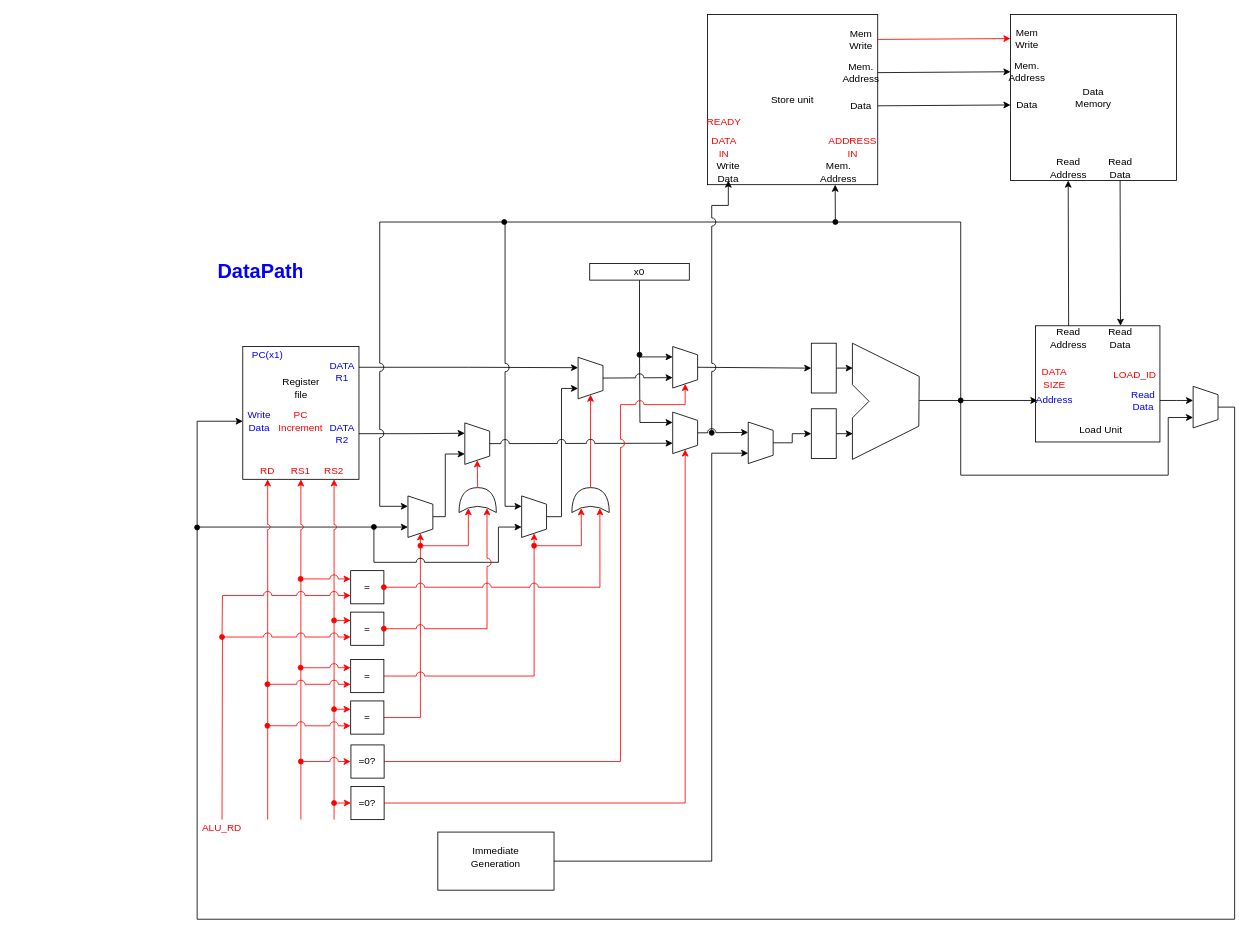
Earlier version of the draw.io diagram page "DataPath" (1 of 2) of Circuit_Drawings/DataPath.drawio (Kaveesha-98/065-538-720-GNC). Source tidied: cells renumbered, new cells numbered last; positions are measured from the earlier drawing's top-left corner, leaving out a move shared by most shapes. Both pictures are drawn from the tidied source at 83%, with x=0, y=0 at pixel (197, 14).
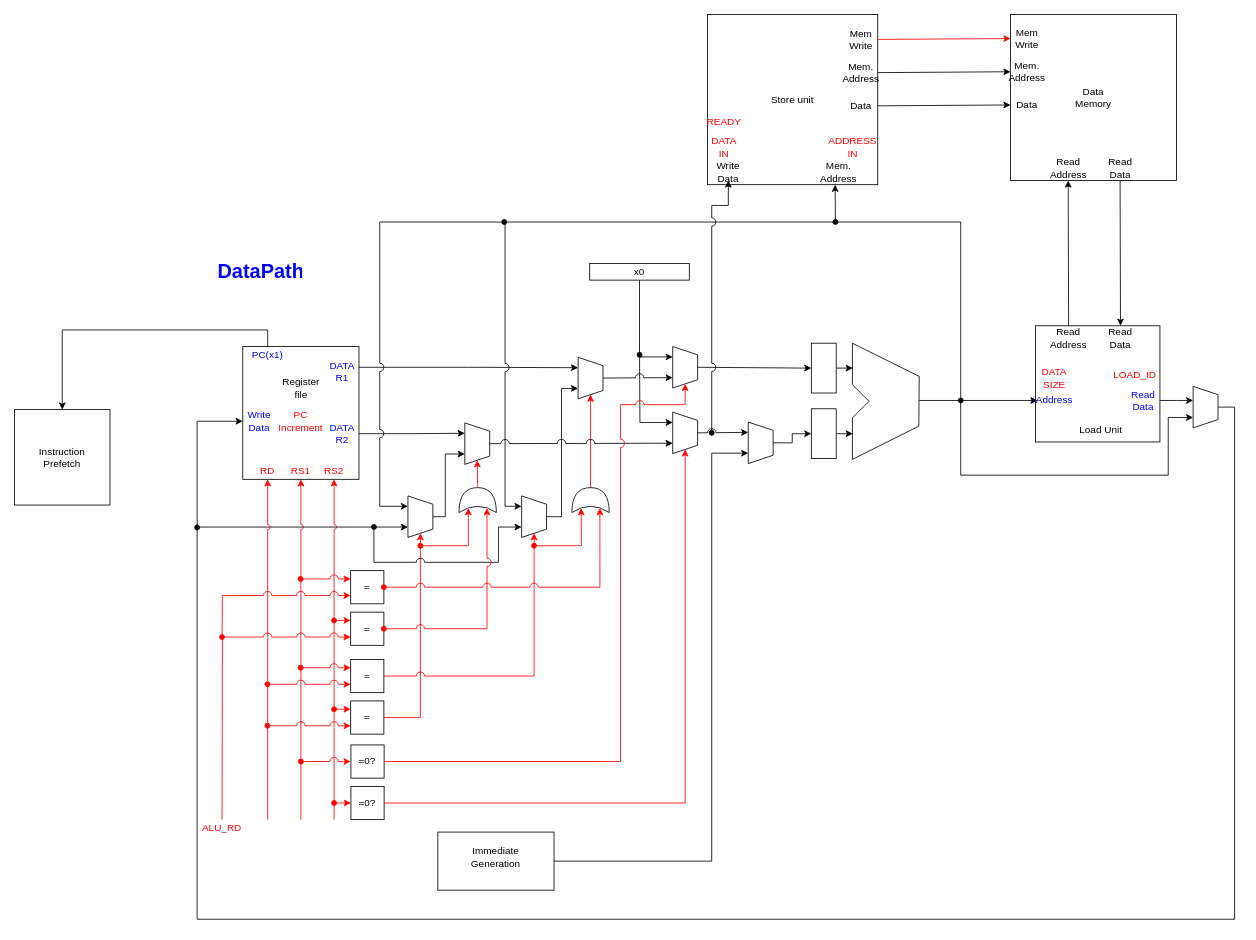
Above is the later version.

The change refers to these unchanged cells:
```xml
<mxCell id="4" value="PC(x1)" style="text;html=1;strokeColor=none;fillColor=none;align=center;verticalAlign=middle;whiteSpace=wrap;rounded=0;fontColor=#0000FF;" parent="1" vertex="1">
  <mxGeometry x="65" y="400" width="40" height="20" as="geometry" />
</mxCell>
```

What changed in the source:
```diff
@@
+    <mxCell id="111" style="edgeStyle=orthogonalEdgeStyle;rounded=0;jumpStyle=arc;jumpSize=10;jettySize=auto;html=1;exitX=0.5;exitY=0;exitDx=0;exitDy=0;entryX=0.5;entryY=0;entryDx=0;entryDy=0;startArrow=classic;startFill=1;endArrow=none;endFill=0;strokeColor=#000000;" parent="1" edge="1" source="112" target="4">
+      <mxGeometry relative="1" as="geometry" />
+    </mxCell>
+    <mxCell id="112" value="&lt;div&gt;Instruction&lt;/div&gt;&lt;div&gt;Prefetch&lt;br&gt;&lt;/div&gt;" style="whiteSpace=wrap;html=1;" parent="1" vertex="1">
+      <mxGeometry x="-220" y="476" width="115" height="115" as="geometry" />
+    </mxCell>
```
